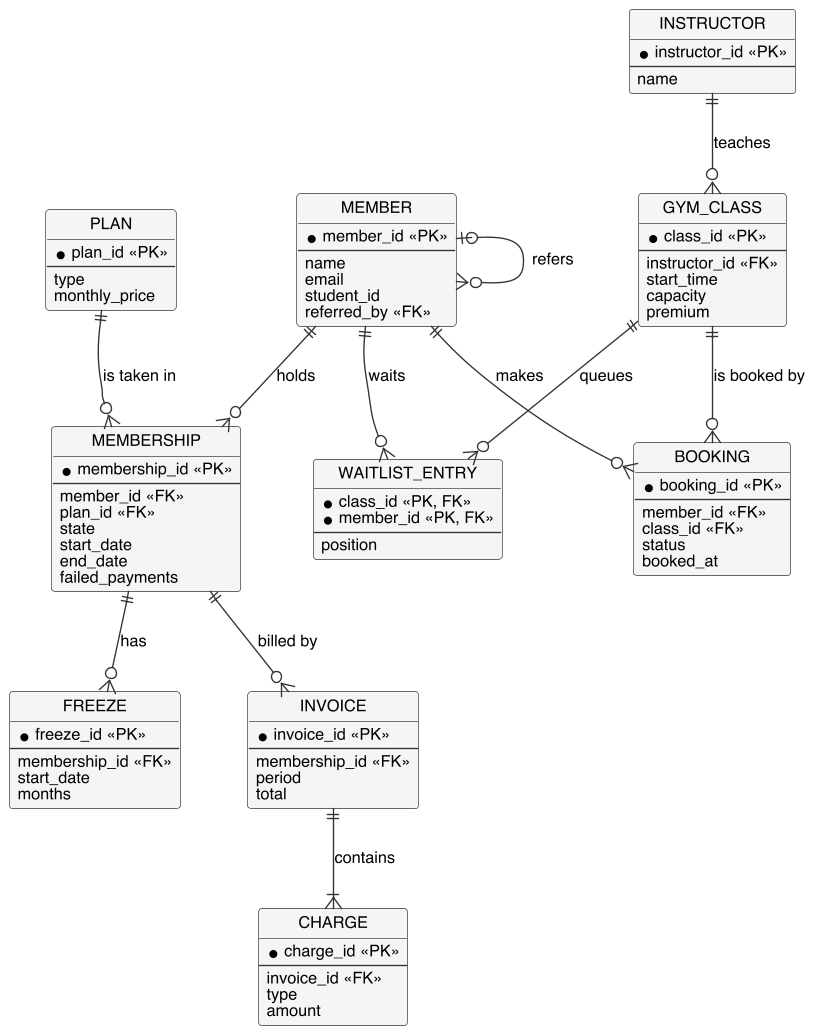
CS6451-Advanced-Software-Design/Gym-Membership keeps this PlantUML diagram as report/analysis/er-diagram.png. Above is the earlier version.
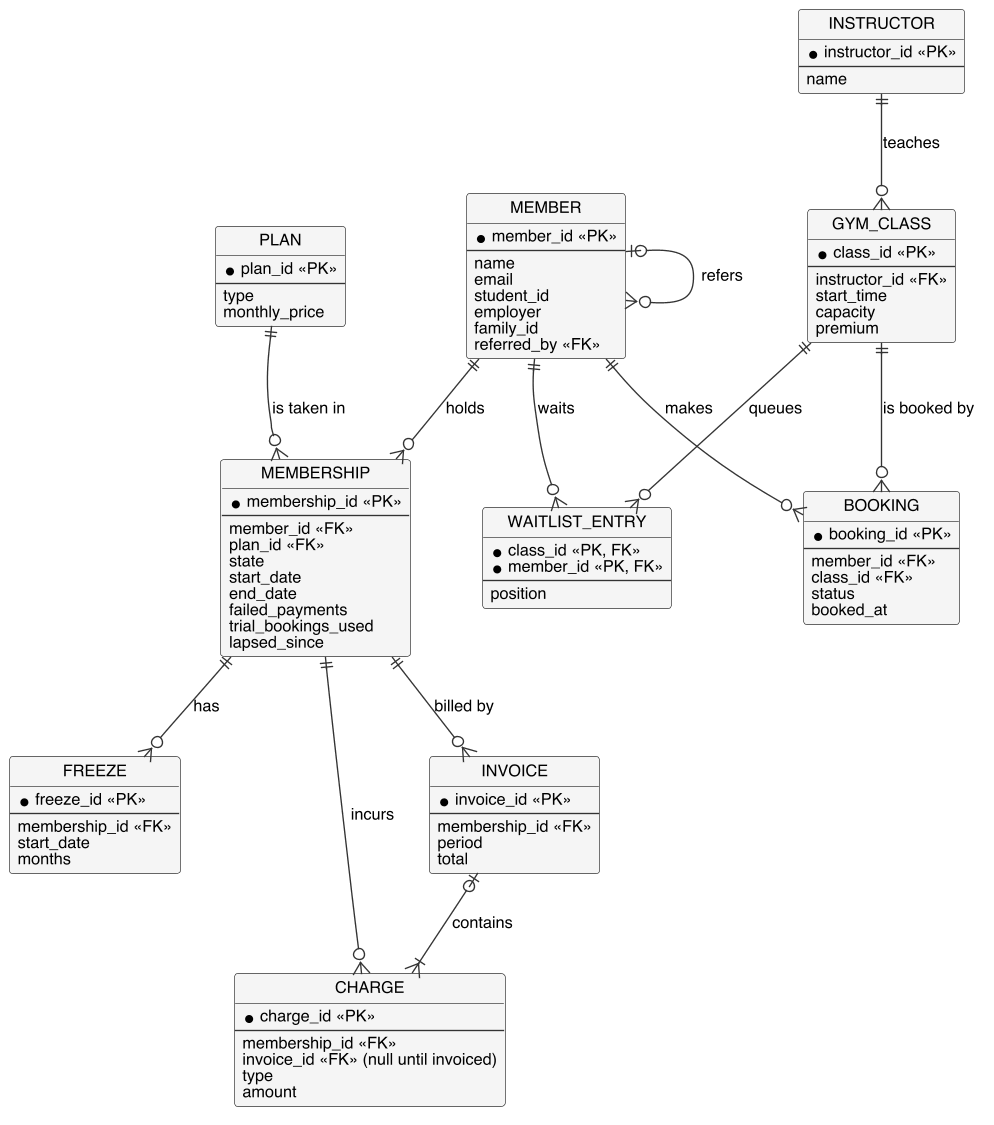
After the commit.

Commit message:
docs: make the class diagram and ER diagram describe the same data

Diff of the diagram source:
```diff
@@ -1,5 +1,5 @@
 @startuml
-!include common.iuml
+!include ../common.iuml
 hide circle
 skinparam class {
   BackgroundColor #F5F5F5
@@ -14,6 +14,8 @@
   name
   email
   student_id
+  employer
+  family_id
   referred_by <<FK>>
 }
 
@@ -33,6 +35,8 @@
   start_date
   end_date
   failed_payments
+  trial_bookings_used
+  lapsed_since
 }
 
 entity FREEZE {
@@ -54,7 +58,8 @@
 entity CHARGE {
   * charge_id <<PK>>
   --
-  invoice_id <<FK>>
+  membership_id <<FK>>
+  invoice_id <<FK>> (null until invoiced)
   type
   amount
 }
@@ -95,7 +100,8 @@
 MEMBER |o--o{ MEMBER : refers
 MEMBERSHIP ||--o{ FREEZE : has
 MEMBERSHIP ||--o{ INVOICE : "billed by"
-INVOICE ||--|{ CHARGE : contains
+INVOICE |o--|{ CHARGE : contains
+MEMBERSHIP ||--o{ CHARGE : incurs
 MEMBER ||--o{ BOOKING : makes
 GYM_CLASS ||--o{ BOOKING : "is booked by"
 INSTRUCTOR ||--o{ GYM_CLASS : teaches
```
